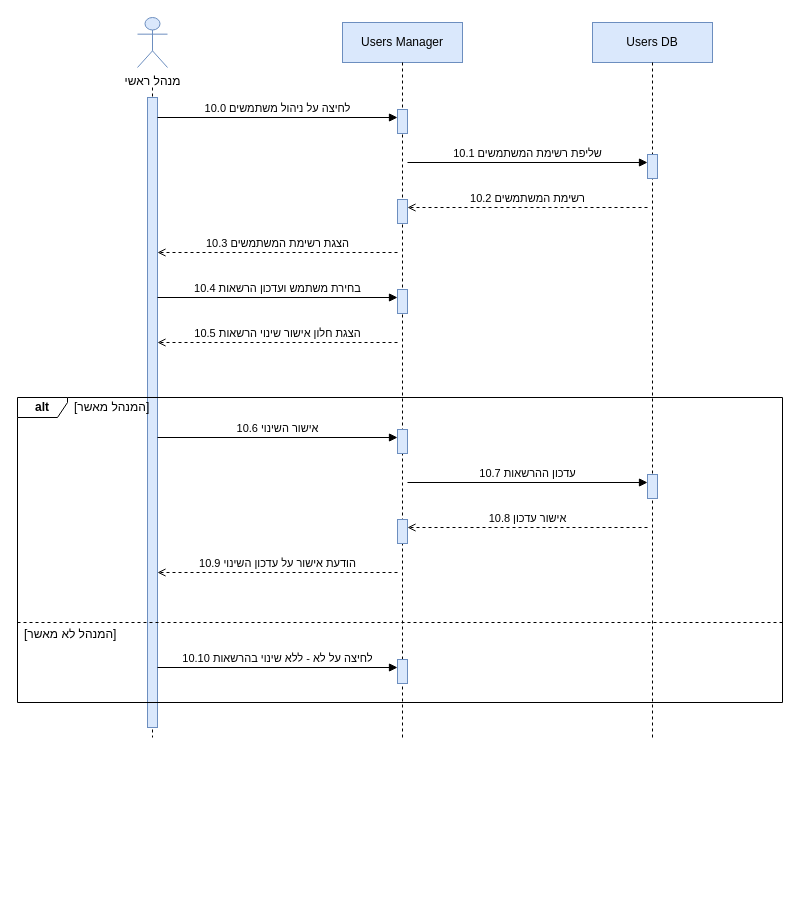
The draw.io diagram diagrams/SEQ-SUC-10.drawio in arielkaplan20/project_Golden_Hair_Salon, before the edit. Source tidied: cells renumbered, new cells numbered last; positions are measured from the earlier drawing's top-left corner, leaving out a move shared by most shapes. Both pictures are drawn from the tidied source at 100%, with x=0, y=0 at pixel (17, 17).
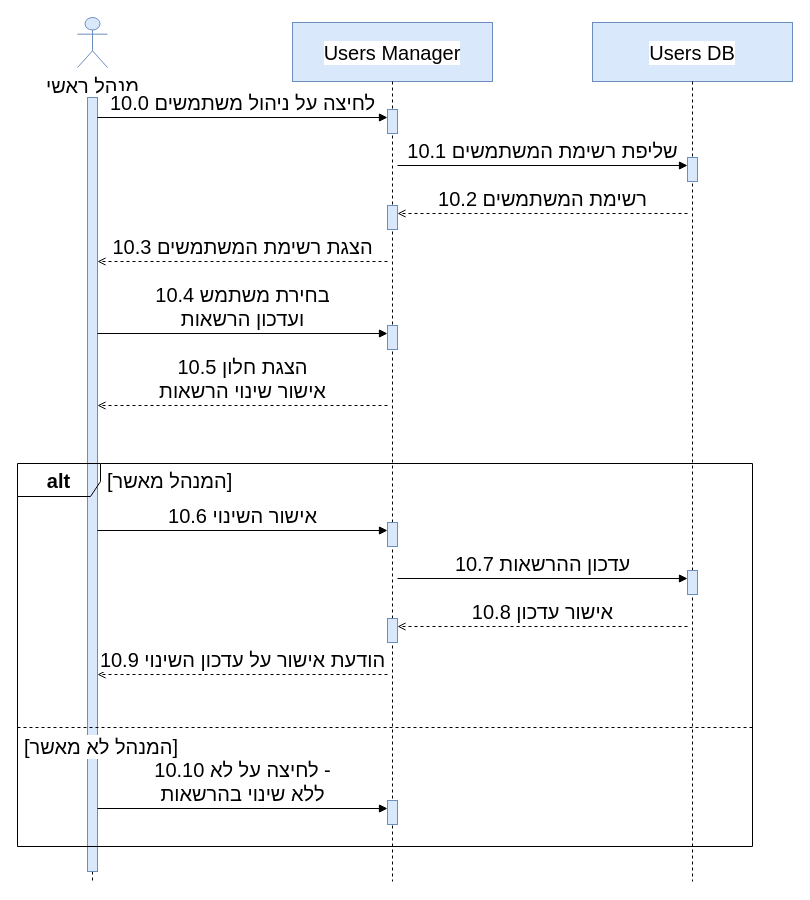
The same diagram, later.

What changed in the source:
```diff
@@
-    <mxCell id="2" value="מנהל ראשי" style="shape=umlActor;verticalLabelPosition=bottom;verticalAlign=top;html=1;fillColor=#dae8fc;strokeColor=#6c8ebf;" parent="1" vertex="1">
-      <mxGeometry x="120" width="30" height="50" as="geometry" />
+    <mxCell id="2" value="מנהל ראשי" style="shape=umlActor;verticalLabelPosition=bottom;verticalAlign=top;html=1;fillColor=#dae8fc;strokeColor=#6c8ebf;fontSize=20;labelBackgroundColor=#ffffff;" parent="1" vertex="1">
+      <mxGeometry x="60" width="30" height="50" as="geometry" />
     </mxCell>
-    <mxCell id="3" value="Users Manager" style="rounded=0;whiteSpace=wrap;html=1;fillColor=#dae8fc;strokeColor=#6c8ebf;" parent="1" vertex="1">
-      <mxGeometry x="325" y="5" width="120" height="40" as="geometry" />
+    <mxCell id="3" value="Users Manager" style="rounded=0;whiteSpace=wrap;html=1;fillColor=#dae8fc;strokeColor=#6c8ebf;fontSize=20;labelBackgroundColor=#ffffff;" parent="1" vertex="1">
+      <mxGeometry x="275" y="5" width="200" height="59" as="geometry" />
     </mxCell>
-    <mxCell id="4" value="Users DB" style="rounded=0;whiteSpace=wrap;html=1;fillColor=#dae8fc;strokeColor=#6c8ebf;" parent="1" vertex="1">
-      <mxGeometry x="575" y="5" width="120" height="40" as="geometry" />
+    <mxCell id="4" value="Users DB" style="rounded=0;whiteSpace=wrap;html=1;fillColor=#dae8fc;strokeColor=#6c8ebf;fontSize=20;labelBackgroundColor=#ffffff;" parent="1" vertex="1">
+      <mxGeometry x="575" y="5" width="200" height="59" as="geometry" />
     </mxCell>
     <mxCell id="5" style="endArrow=none;html=1;dashed=1;strokeColor=#000000;" parent="1" edge="1">
       <mxGeometry relative="1" as="geometry">
-        <mxPoint x="135" y="70" as="sourcePoint" />
-        <mxPoint x="135" y="720" as="targetPoint" />
+        <mxPoint x="75" y="80" as="sourcePoint" />
+        <mxPoint x="75" y="864" as="targetPoint" />
       </mxGeometry>
     </mxCell>
     <mxCell id="6" style="rounded=0;html=1;fillColor=#dae8fc;strokeColor=#6c8ebf;" parent="1" vertex="1">
-      <mxGeometry x="130" y="80" width="10" height="630" as="geometry" />
+      <mxGeometry x="70" y="80" width="10" height="774" as="geometry" />
     </mxCell>
     <mxCell id="7" style="endArrow=none;html=1;dashed=1;strokeColor=#000000;" parent="1" edge="1">
       <mxGeometry relative="1" as="geometry">
-        <mxPoint x="385" y="45" as="sourcePoint" />
-        <mxPoint x="385" y="720" as="targetPoint" />
+        <mxPoint x="375" y="64" as="sourcePoint" />
+        <mxPoint x="375" y="864" as="targetPoint" />
       </mxGeometry>
     </mxCell>
     <mxCell id="8" style="endArrow=none;html=1;dashed=1;strokeColor=#000000;" parent="1" edge="1">
       <mxGeometry relative="1" as="geometry">
-        <mxPoint x="635" y="45" as="sourcePoint" />
-        <mxPoint x="635" y="720" as="targetPoint" />
+        <mxPoint x="675" y="64" as="sourcePoint" />
+        <mxPoint x="675" y="864" as="targetPoint" />
       </mxGeometry>
     </mxCell>
     <mxCell id="9" style="rounded=0;html=1;fillColor=#dae8fc;strokeColor=#6c8ebf;" parent="1" vertex="1">
-      <mxGeometry x="380" y="92" width="10" height="24" as="geometry" />
+      <mxGeometry x="370" y="92" width="10" height="24" as="geometry" />
     </mxCell>
     <mxCell id="10" style="rounded=0;html=1;fillColor=#dae8fc;strokeColor=#6c8ebf;" parent="1" vertex="1">
-      <mxGeometry x="630" y="137" width="10" height="24" as="geometry" />
+      <mxGeometry x="670" y="140" width="10" height="24" as="geometry" />
     </mxCell>
     <mxCell id="11" style="rounded=0;html=1;fillColor=#dae8fc;strokeColor=#6c8ebf;" parent="1" vertex="1">
-      <mxGeometry x="380" y="182" width="10" height="24" as="geometry" />
+      <mxGeometry x="370" y="188" width="10" height="24" as="geometry" />
     </mxCell>
     <mxCell id="12" style="rounded=0;html=1;fillColor=#dae8fc;strokeColor=#6c8ebf;" parent="1" vertex="1">
-      <mxGeometry x="380" y="272" width="10" height="24" as="geometry" />
+      <mxGeometry x="370" y="308" width="10" height="24" as="geometry" />
     </mxCell>
     <mxCell id="13" style="rounded=0;html=1;fillColor=#dae8fc;strokeColor=#6c8ebf;" parent="1" vertex="1">
-      <mxGeometry x="380" y="412" width="10" height="24" as="geometry" />
+      <mxGeometry x="370" y="505" width="10" height="24" as="geometry" />
     </mxCell>
     <mxCell id="14" style="rounded=0;html=1;fillColor=#dae8fc;strokeColor=#6c8ebf;" parent="1" vertex="1">
-      <mxGeometry x="630" y="457" width="10" height="24" as="geometry" />
+      <mxGeometry x="670" y="553" width="10" height="24" as="geometry" />
     </mxCell>
     <mxCell id="15" style="rounded=0;html=1;fillColor=#dae8fc;strokeColor=#6c8ebf;" parent="1" vertex="1">
-      <mxGeometry x="380" y="502" width="10" height="24" as="geometry" />
+      <mxGeometry x="370" y="601" width="10" height="24" as="geometry" />
     </mxCell>
     <mxCell id="16" style="rounded=0;html=1;fillColor=#dae8fc;strokeColor=#6c8ebf;" parent="1" vertex="1">
-      <mxGeometry x="380" y="642" width="10" height="24" as="geometry" />
+      <mxGeometry x="370" y="783" width="10" height="24" as="geometry" />
     </mxCell>
-    <mxCell id="17" value="&lt;b&gt;alt&lt;/b&gt;" style="shape=umlFrame;whiteSpace=wrap;html=1;width=50;height=20;fillColor=none;" parent="1" vertex="1">
-      <mxGeometry y="380" width="765" height="305" as="geometry" />
+    <mxCell id="17" value="&lt;b&gt;alt&lt;/b&gt;" style="shape=umlFrame;whiteSpace=wrap;html=1;width=83;height=33;fillColor=none;fontSize=20;labelBackgroundColor=#ffffff;" parent="1" vertex="1">
+      <mxGeometry y="446" width="735" height="383" as="geometry" />
     </mxCell>
-    <mxCell id="18" value="[המנהל מאשר]" style="text;html=1;align=left;verticalAlign=middle;whiteSpace=nowrap;fillColor=none;strokeColor=none;" parent="1" vertex="1">
-      <mxGeometry x="55" y="380" width="300" height="20" as="geometry" />
+    <mxCell id="18" value="&lt;span style='background:#ffffff'&gt;[המנהל מאשר]&lt;/span&gt;" style="text;html=1;align=left;verticalAlign=middle;whiteSpace=nowrap;fillColor=none;strokeColor=none;fontSize=20;labelBackgroundColor=#ffffff;" parent="1" vertex="1">
+      <mxGeometry x="88" y="446" width="400" height="33" as="geometry" />
     </mxCell>
     <mxCell id="19" style="endArrow=none;html=1;dashed=1;" parent="1" edge="1">
       <mxGeometry relative="1" as="geometry">
-        <mxPoint y="605" as="sourcePoint" />
-        <mxPoint x="765" y="605" as="targetPoint" />
+        <mxPoint y="710" as="sourcePoint" />
+        <mxPoint x="735" y="710" as="targetPoint" />
       </mxGeometry>
     </mxCell>
-    <mxCell id="20" value="[המנהל לא מאשר]" style="text;html=1;align=left;verticalAlign=middle;whiteSpace=nowrap;fillColor=none;strokeColor=none;" parent="1" vertex="1">
-      <mxGeometry x="5" y="607" width="300" height="20" as="geometry" />
+    <mxCell id="20" value="&lt;span style='background:#ffffff'&gt;[המנהל לא מאשר]&lt;/span&gt;" style="text;html=1;align=left;verticalAlign=middle;whiteSpace=nowrap;fillColor=none;strokeColor=none;fontSize=20;labelBackgroundColor=#ffffff;" parent="1" vertex="1">
+      <mxGeometry x="5" y="712" width="400" height="33" as="geometry" />
     </mxCell>
-    <mxCell id="21" value="10.0 לחיצה על ניהול משתמשים" style="endArrow=block;endFill=1;html=1;rounded=0;verticalAlign=bottom;labelBackgroundColor=none;" parent="1" edge="1">
+    <mxCell id="21" value="10.0 לחיצה על ניהול משתמשים" style="endArrow=block;endFill=1;html=1;rounded=0;verticalAlign=bottom;labelBackgroundColor=none;fontSize=20;labelBackgroundColor=#ffffff;" parent="1" edge="1">
       <mxGeometry relative="1" as="geometry">
-        <mxPoint x="140" y="100" as="sourcePoint" />
-        <mxPoint x="380" y="100" as="targetPoint" />
+        <mxPoint x="80" y="100" as="sourcePoint" />
+        <mxPoint x="370" y="100" as="targetPoint" />
       </mxGeometry>
     </mxCell>
-    <mxCell id="22" value="10.1 שליפת רשימת המשתמשים" style="endArrow=block;endFill=1;html=1;rounded=0;verticalAlign=bottom;labelBackgroundColor=none;" parent="1" edge="1">
+    <mxCell id="22" value="10.1 שליפת רשימת המשתמשים" style="endArrow=block;endFill=1;html=1;rounded=0;verticalAlign=bottom;labelBackgroundColor=none;fontSize=20;labelBackgroundColor=#ffffff;" parent="1" edge="1">
       <mxGeometry relative="1" as="geometry">
-        <mxPoint x="390" y="145" as="sourcePoint" />
-        <mxPoint x="630" y="145" as="targetPoint" />
+        <mxPoint x="380" y="148" as="sourcePoint" />
+        <mxPoint x="670" y="148" as="targetPoint" />
       </mxGeometry>
     </mxCell>
-    <mxCell id="23" value="10.2 רשימת המשתמשים" style="endArrow=open;endFill=0;html=1;rounded=0;dashed=1;verticalAlign=bottom;labelBackgroundColor=none;" parent="1" edge="1">
+    <mxCell id="23" value="10.2 רשימת המשתמשים" style="endArrow=open;endFill=0;html=1;rounded=0;dashed=1;verticalAlign=bottom;labelBackgroundColor=none;fontSize=20;labelBackgroundColor=#ffffff;" parent="1" edge="1">
       <mxGeometry relative="1" as="geometry">
-        <mxPoint x="630" y="190" as="sourcePoint" />
-        <mxPoint x="390" y="190" as="targetPoint" />
+        <mxPoint x="670" y="196" as="sourcePoint" />
+        <mxPoint x="380" y="196" as="targetPoint" />
       </mxGeometry>
     </mxCell>
-    <mxCell id="24" value="10.3 הצגת רשימת המשתמשים" style="endArrow=open;endFill=0;html=1;rounded=0;dashed=1;verticalAlign=bottom;labelBackgroundColor=none;" parent="1" edge="1">
+    <mxCell id="24" value="10.3 הצגת רשימת המשתמשים" style="endArrow=open;endFill=0;html=1;rounded=0;dashed=1;verticalAlign=bottom;labelBackgroundColor=none;fontSize=20;labelBackgroundColor=#ffffff;" parent="1" edge="1">
       <mxGeometry relative="1" as="geometry">
-        <mxPoint x="380" y="235" as="sourcePoint" />
-        <mxPoint x="140" y="235" as="targetPoint" />
+        <mxPoint x="370" y="244" as="sourcePoint" />
+        <mxPoint x="80" y="244" as="targetPoint" />
       </mxGeometry>
     </mxCell>
-    <mxCell id="25" value="10.4 בחירת משתמש ועדכון הרשאות" style="endArrow=block;endFill=1;html=1;rounded=0;verticalAlign=bottom;labelBackgroundColor=none;" parent="1" edge="1">
+    <mxCell id="25" value="10.4 בחירת משתמש&lt;br&gt;ועדכון הרשאות" style="endArrow=block;endFill=1;html=1;rounded=0;verticalAlign=bottom;labelBackgroundColor=none;fontSize=20;labelBackgroundColor=#ffffff;" parent="1" edge="1">
       <mxGeometry relative="1" as="geometry">
-        <mxPoint x="140" y="280" as="sourcePoint" />
-        <mxPoint x="380" y="280" as="targetPoint" />
+        <mxPoint x="80" y="316" as="sourcePoint" />
+        <mxPoint x="370" y="316" as="targetPoint" />
       </mxGeometry>
     </mxCell>
-    <mxCell id="26" value="10.5 הצגת חלון אישור שינוי הרשאות" style="endArrow=open;endFill=0;html=1;rounded=0;dashed=1;verticalAlign=bottom;labelBackgroundColor=none;" parent="1" edge="1">
+    <mxCell id="26" value="10.5 הצגת חלון&lt;br&gt;אישור שינוי הרשאות" style="endArrow=open;endFill=0;html=1;rounded=0;dashed=1;verticalAlign=bottom;labelBackgroundColor=none;fontSize=20;labelBackgroundColor=#ffffff;" parent="1" edge="1">
       <mxGeometry relative="1" as="geometry">
-        <mxPoint x="380" y="325" as="sourcePoint" />
-        <mxPoint x="140" y="325" as="targetPoint" />
+        <mxPoint x="370" y="388" as="sourcePoint" />
+        <mxPoint x="80" y="388" as="targetPoint" />
       </mxGeometry>
     </mxCell>
-    <mxCell id="27" value="10.6 אישור השינוי" style="endArrow=block;endFill=1;html=1;rounded=0;verticalAlign=bottom;labelBackgroundColor=none;" parent="1" edge="1">
+    <mxCell id="27" value="10.6 אישור השינוי" style="endArrow=block;endFill=1;html=1;rounded=0;verticalAlign=bottom;labelBackgroundColor=none;fontSize=20;labelBackgroundColor=#ffffff;" parent="1" edge="1">
       <mxGeometry relative="1" as="geometry">
-        <mxPoint x="140" y="420" as="sourcePoint" />
-        <mxPoint x="380" y="420" as="targetPoint" />
+        <mxPoint x="80" y="513" as="sourcePoint" />
+        <mxPoint x="370" y="513" as="targetPoint" />
       </mxGeometry>
     </mxCell>
-    <mxCell id="28" value="10.7 עדכון ההרשאות" style="endArrow=block;endFill=1;html=1;rounded=0;verticalAlign=bottom;labelBackgroundColor=none;" parent="1" edge="1">
+    <mxCell id="28" value="10.7 עדכון ההרשאות" style="endArrow=block;endFill=1;html=1;rounded=0;verticalAlign=bottom;labelBackgroundColor=none;fontSize=20;labelBackgroundColor=#ffffff;" parent="1" edge="1">
       <mxGeometry relative="1" as="geometry">
-        <mxPoint x="390" y="465" as="sourcePoint" />
-        <mxPoint x="630" y="465" as="targetPoint" />
+        <mxPoint x="380" y="561" as="sourcePoint" />
+        <mxPoint x="670" y="561" as="targetPoint" />
       </mxGeometry>
     </mxCell>
-    <mxCell id="29" value="10.8 אישור עדכון" style="endArrow=open;endFill=0;html=1;rounded=0;dashed=1;verticalAlign=bottom;labelBackgroundColor=none;" parent="1" edge="1">
+    <mxCell id="29" value="10.8 אישור עדכון" style="endArrow=open;endFill=0;html=1;rounded=0;dashed=1;verticalAlign=bottom;labelBackgroundColor=none;fontSize=20;labelBackgroundColor=#ffffff;" parent="1" edge="1">
       <mxGeometry relative="1" as="geometry">
-        <mxPoint x="630" y="510" as="sourcePoint" />
-        <mxPoint x="390" y="510" as="targetPoint" />
+        <mxPoint x="670" y="609" as="sourcePoint" />
+        <mxPoint x="380" y="609" as="targetPoint" />
       </mxGeometry>
     </mxCell>
-    <mxCell id="30" value="10.9 הודעת אישור על עדכון השינוי" style="endArrow=open;endFill=0;html=1;rounded=0;dashed=1;verticalAlign=bottom;labelBackgroundColor=none;" parent="1" edge="1">
+    <mxCell id="30" value="10.9 הודעת אישור על עדכון השינוי" style="endArrow=open;endFill=0;html=1;rounded=0;dashed=1;verticalAlign=bottom;labelBackgroundColor=none;fontSize=20;labelBackgroundColor=#ffffff;" parent="1" edge="1">
       <mxGeometry relative="1" as="geometry">
-        <mxPoint x="380" y="555" as="sourcePoint" />
-        <mxPoint x="140" y="555" as="targetPoint" />
+        <mxPoint x="370" y="657" as="sourcePoint" />
+        <mxPoint x="80" y="657" as="targetPoint" />
       </mxGeometry>
     </mxCell>
-    <mxCell id="31" value="10.10 לחיצה על לא - ללא שינוי בהרשאות" style="endArrow=block;endFill=1;html=1;rounded=0;verticalAlign=bottom;labelBackgroundColor=none;" parent="1" edge="1">
+    <mxCell id="31" value="10.10 לחיצה על לא -&lt;br&gt;ללא שינוי בהרשאות" style="endArrow=block;endFill=1;html=1;rounded=0;verticalAlign=bottom;labelBackgroundColor=none;fontSize=20;labelBackgroundColor=#ffffff;" parent="1" edge="1">
       <mxGeometry relative="1" as="geometry">
-        <mxPoint x="140" y="650" as="sourcePoint" />
-        <mxPoint x="380" y="650" as="targetPoint" />
+        <mxPoint x="80" y="791" as="sourcePoint" />
+        <mxPoint x="370" y="791" as="targetPoint" />
       </mxGeometry>
     </mxCell>
```
